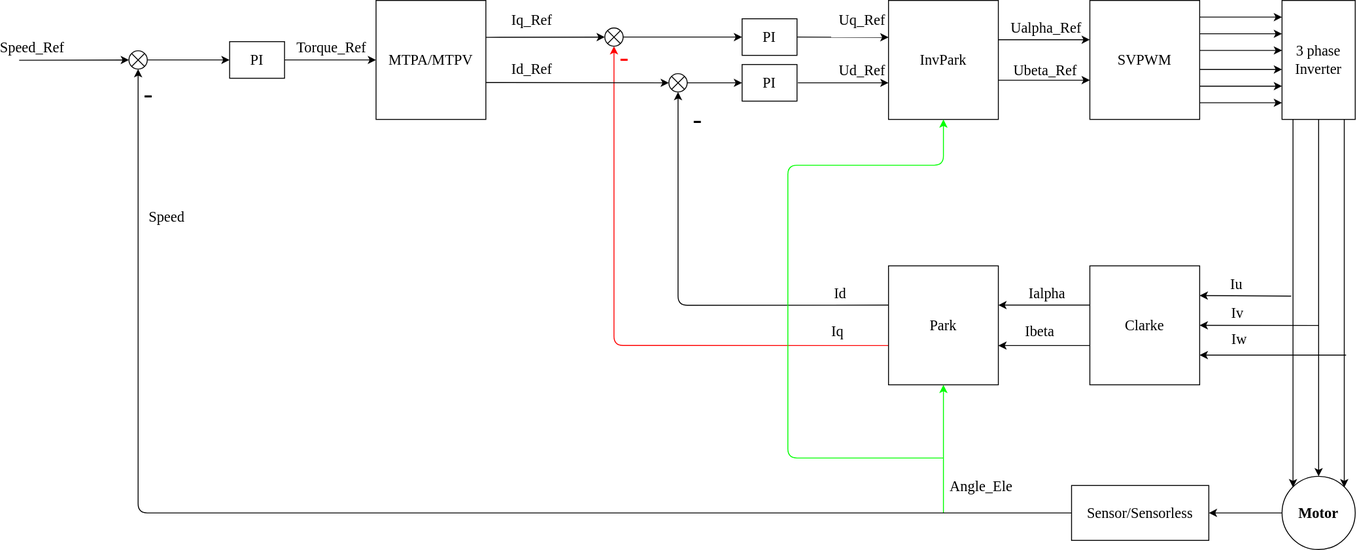
This is FOC.svg from CatLHY/BasicPMSMCtrl, a draw.io export, as it was before one commit. Source tidied: cells renumbered, new cells last; positions are measured from the earlier drawing's top-left corner, leaving out a move shared by most shapes.
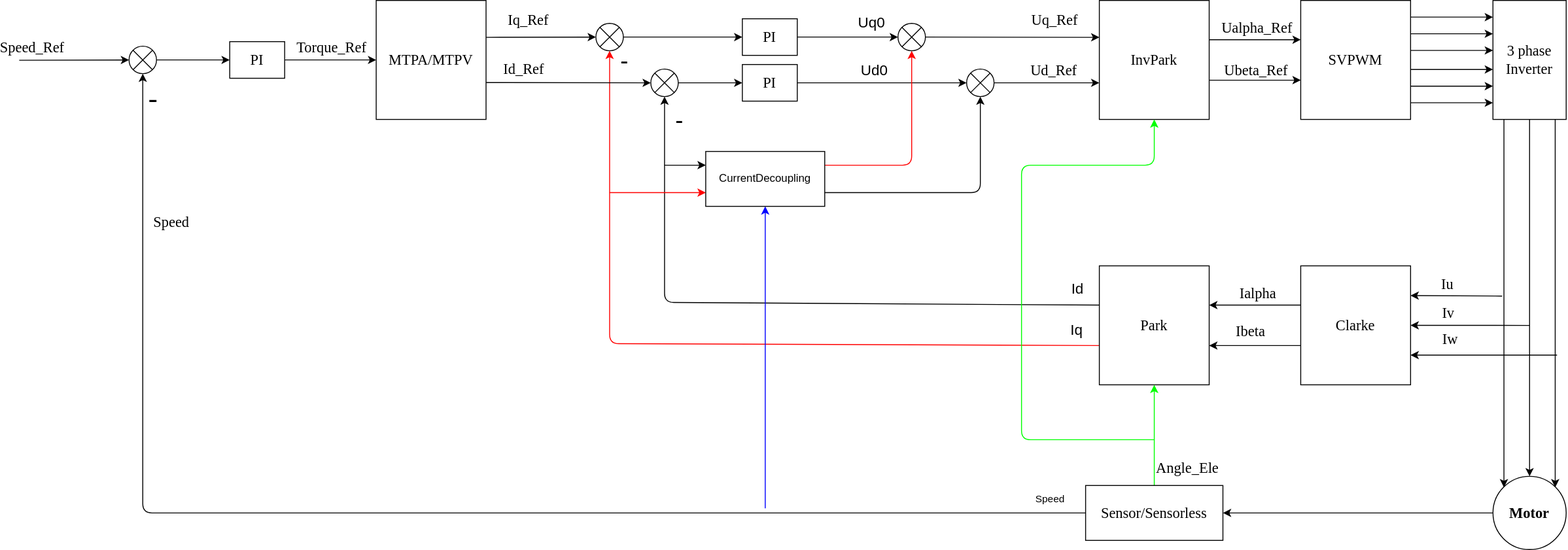
Above is the later version.

Commit message:
doc: fix the FOC diagram

Diff of the diagram source:
```diff
@@ -90,41 +90,42 @@
         <mxPoint x="20" y="-19" as="offset" />
       </mxGeometry>
     </mxCell>
-    <mxCell id="26" style="edgeStyle=none;html=1;exitX=0;exitY=0.33;exitDx=0;exitDy=0;exitPerimeter=0;entryX=0.5;entryY=1;entryDx=0;entryDy=0;entryPerimeter=0;fontFamily=Times New Roman;fontSize=16;" parent="1" edge="1" source="32" target="41">
-      <mxGeometry relative="1" as="geometry">
-        <Array as="points">
-          <mxPoint x="720" y="333" />
-        </Array>
-      </mxGeometry>
-    </mxCell>
-    <mxCell id="27" value="-" style="edgeLabel;html=1;align=center;verticalAlign=middle;fontSize=30;fontFamily=Times New Roman;" parent="26" vertex="1">
-      <mxGeometry x="0.82" y="-3" relative="1" as="geometry">
-        <mxPoint x="17" y="-14" as="offset" />
-      </mxGeometry>
-    </mxCell>
+    <mxCell id="29" style="edgeStyle=none;html=1;exitX=0;exitY=0.67;exitDx=0;exitDy=0;exitPerimeter=0;entryX=0.5;entryY=1;entryDx=0;entryDy=0;entryPerimeter=0;strokeColor=#FF0000;" parent="1" edge="1" source="32" target="39">
+      <mxGeometry relative="1" as="geometry">
+        <Array as="points">
+          <mxPoint x="415" y="375" />
+          <mxPoint x="415" y="210" />
+          <mxPoint x="415" y="60" />
+        </Array>
+      </mxGeometry>
+    </mxCell>
+    <mxCell id="67" value="&lt;font style=&quot;font-size: 26px;&quot;&gt;-&lt;/font&gt;" style="edgeLabel;html=1;align=center;verticalAlign=middle;" parent="29" vertex="1">
+      <mxGeometry x="0.95" y="-2" relative="1" as="geometry">
+        <mxPoint x="13" y="-12" as="offset" />
+      </mxGeometry>
+    </mxCell>
+    <mxCell id="31" value="Iq" style="edgeLabel;html=1;align=center;verticalAlign=middle;fontSize=16;" parent="29" vertex="1">
+      <mxGeometry x="-0.91" y="5" relative="1" as="geometry">
+        <mxPoint x="13" y="-22" as="offset" />
+      </mxGeometry>
+    </mxCell>
+    <mxCell id="68" style="edgeStyle=none;html=1;exitX=0;exitY=0.33;exitDx=0;exitDy=0;exitPerimeter=0;entryX=0.5;entryY=1;entryDx=0;entryDy=0;entryPerimeter=0;" parent="1" edge="1" source="32" target="82">
+      <mxGeometry relative="1" as="geometry">
+        <Array as="points">
+          <mxPoint x="475" y="330" />
+        </Array>
+      </mxGeometry>
+    </mxCell>
+    <mxCell id="69" value="-" style="edgeLabel;html=1;align=center;verticalAlign=middle;fontSize=26;" parent="68" vertex="1">
+      <mxGeometry x="0.93" y="1" relative="1" as="geometry">
+        <mxPoint x="16" y="-1" as="offset" />
+      </mxGeometry>
+    </mxCell>
-    <mxCell id="28" value="Id" style="edgeLabel;html=1;align=center;verticalAlign=middle;fontSize=16;fontFamily=Times New Roman;fontColor=#000000;" parent="26" vertex="1">
-      <mxGeometry x="-0.45" y="2" relative="1" as="geometry">
-        <mxPoint x="73" y="-15" as="offset" />
+    <mxCell id="28" value="Id" style="edgeLabel;html=1;align=center;verticalAlign=middle;fontSize=16;" parent="68" vertex="1">
+      <mxGeometry x="-0.89" y="-2" relative="1" as="geometry">
+        <mxPoint x="13" y="-16" as="offset" />
       </mxGeometry>
     </mxCell>
-    <mxCell id="29" style="edgeStyle=none;html=1;exitX=0;exitY=0.67;exitDx=0;exitDy=0;exitPerimeter=0;entryX=0.5;entryY=1;entryDx=0;entryDy=0;entryPerimeter=0;fontFamily=Times New Roman;fontSize=16;fillColor=#e51400;strokeColor=#FF0000;" parent="1" edge="1" source="32" target="39">
-      <mxGeometry relative="1" as="geometry">
-        <Array as="points">
-          <mxPoint x="650" y="377" />
-          <mxPoint x="650" y="90" />
-        </Array>
-      </mxGeometry>
-    </mxCell>
-    <mxCell id="30" value="-" style="edgeLabel;html=1;align=center;verticalAlign=middle;fontSize=30;fontFamily=Times New Roman;fontColor=#FF0000;" parent="29" vertex="1">
-      <mxGeometry x="0.92" y="-1" relative="1" as="geometry">
-        <mxPoint x="9" y="-15" as="offset" />
-      </mxGeometry>
-    </mxCell>
-    <mxCell id="31" value="Iq" style="edgeLabel;html=1;align=center;verticalAlign=middle;fontSize=16;fontFamily=Times New Roman;fontColor=#000000;" parent="29" vertex="1">
-      <mxGeometry x="-0.6" y="-1" relative="1" as="geometry">
-        <mxPoint x="68" y="-16" as="offset" />
-      </mxGeometry>
-    </mxCell>
     <mxCell id="32" value="Park" style="rounded=0;whiteSpace=wrap;html=1;fontFamily=Times New Roman;fontSize=16;points=[[0,0.33,0,0,0],[0,0.67,0,0,0],[0.5,1,0,0,0],[1,0.33,0,0,0],[1,0.67,0,0,0]];" parent="1" vertex="1">
       <mxGeometry x="950" y="290" width="120" height="130" as="geometry" />
     </mxCell>
@@ -151,41 +152,63 @@
       <mxGeometry relative="1" as="geometry" />
     </mxCell>
     <mxCell id="39" style="verticalLabelPosition=bottom;verticalAlign=top;html=1;shape=mxgraph.flowchart.or;fontFamily=Times New Roman;fontSize=16;points=[[0,0.5,0,0,0],[0.5,0,0,0,0],[0.5,1,0,0,0],[1,0.5,0,0,0]];" parent="1" vertex="1">
-      <mxGeometry x="640" y="30" width="20" height="20" as="geometry" />
+      <mxGeometry x="400" y="25" width="30" height="30" as="geometry" />
     </mxCell>
-    <mxCell id="40" style="edgeStyle=none;html=1;exitX=1;exitY=0.5;exitDx=0;exitDy=0;exitPerimeter=0;entryX=0;entryY=0.5;entryDx=0;entryDy=0;entryPerimeter=0;fontFamily=Times New Roman;fontSize=16;" parent="1" edge="1" source="41" target="47">
-      <mxGeometry relative="1" as="geometry" />
+    <mxCell id="40" style="edgeStyle=none;html=1;exitX=1;exitY=0.5;exitDx=0;exitDy=0;exitPerimeter=0;entryX=0;entryY=0.5;entryDx=0;entryDy=0;entryPerimeter=0;fontFamily=Times New Roman;fontSize=16;" parent="1" edge="1" target="47">
+      <mxGeometry relative="1" as="geometry">
+        <mxPoint x="480" y="90" as="sourcePoint" />
+      </mxGeometry>
     </mxCell>
-    <mxCell id="41" style="verticalLabelPosition=bottom;verticalAlign=top;html=1;shape=mxgraph.flowchart.or;fontFamily=Times New Roman;fontSize=16;points=[[0,0.5,0,0,0],[0.5,0,0,0,0],[0.5,1,0,0,0],[1,0.5,0,0,0]];" parent="1" vertex="1">
-      <mxGeometry x="710" y="80" width="20" height="20" as="geometry" />
-    </mxCell>
-    <mxCell id="42" style="edgeStyle=none;html=1;exitX=1;exitY=0.5;exitDx=0;exitDy=0;exitPerimeter=0;entryX=0;entryY=0.31;entryDx=0;entryDy=0;entryPerimeter=0;fontFamily=Times New Roman;fontSize=16;" parent="1" edge="1" source="44" target="37">
+    <mxCell id="42" style="edgeStyle=none;html=1;entryX=0;entryY=0.31;entryDx=0;entryDy=0;entryPerimeter=0;fontFamily=Times New Roman;fontSize=16;exitX=1;exitY=0.5;exitDx=0;exitDy=0;exitPerimeter=0;" parent="1" edge="1" source="84" target="37">
       <mxGeometry relative="1" as="geometry" />
     </mxCell>
     <mxCell id="43" value="Uq_Ref" style="edgeLabel;html=1;align=center;verticalAlign=middle;fontSize=16;fontFamily=Times New Roman;fontColor=#000000;" parent="42" vertex="1">
       <mxGeometry x="-0.17" y="-1" relative="1" as="geometry">
-        <mxPoint x="29" y="-21" as="offset" />
+        <mxPoint x="62" y="-21" as="offset" />
       </mxGeometry>
     </mxCell>
+    <mxCell id="70" style="edgeStyle=none;html=1;exitX=1;exitY=0.5;exitDx=0;exitDy=0;exitPerimeter=0;entryX=0;entryY=0.5;entryDx=0;entryDy=0;entryPerimeter=0;strokeColor=#000000;" parent="1" edge="1" source="44" target="84">
+      <mxGeometry relative="1" as="geometry" />
+    </mxCell>
+    <mxCell id="71" value="&lt;font style=&quot;font-size: 16px;&quot;&gt;Uq0&lt;br&gt;&lt;/font&gt;" style="edgeLabel;html=1;align=center;verticalAlign=middle;fontSize=26;" parent="70" vertex="1">
+      <mxGeometry x="0.68" y="2" relative="1" as="geometry">
+        <mxPoint x="-12" y="-18" as="offset" />
+      </mxGeometry>
+    </mxCell>
     <mxCell id="44" value="PI" style="rounded=0;whiteSpace=wrap;html=1;fontFamily=Times New Roman;fontSize=16;points=[[0,0.5,0,0,0],[1,0.5,0,0,0]];" parent="1" vertex="1">
-      <mxGeometry x="790" y="20" width="60" height="40" as="geometry" />
+      <mxGeometry x="560" y="20" width="60" height="40" as="geometry" />
     </mxCell>
     <mxCell id="45" style="edgeStyle=none;html=1;exitX=1;exitY=0.5;exitDx=0;exitDy=0;exitPerimeter=0;fontFamily=Times New Roman;fontSize=16;" parent="1" edge="1">
       <mxGeometry relative="1" as="geometry">
-        <mxPoint x="851" y="90" as="sourcePoint" />
+        <mxPoint x="825" y="90" as="sourcePoint" />
         <mxPoint x="950" y="90" as="targetPoint" />
       </mxGeometry>
     </mxCell>
     <mxCell id="46" value="Ud_Ref" style="edgeLabel;html=1;align=center;verticalAlign=middle;fontSize=16;fontFamily=Times New Roman;fontColor=#000000;" parent="45" vertex="1">
       <mxGeometry x="0.28" y="2" relative="1" as="geometry">
-        <mxPoint x="6" y="-13" as="offset" />
+        <mxPoint x="-6" y="-13" as="offset" />
       </mxGeometry>
     </mxCell>
+    <mxCell id="72" style="edgeStyle=none;html=1;exitX=1;exitY=0.5;exitDx=0;exitDy=0;exitPerimeter=0;entryX=0;entryY=0.5;entryDx=0;entryDy=0;entryPerimeter=0;startArrow=none;" parent="1" edge="1" source="83">
+      <mxGeometry relative="1" as="geometry">
+        <mxPoint x="805" y="90" as="targetPoint" />
+      </mxGeometry>
+    </mxCell>
+    <mxCell id="73" style="edgeStyle=none;html=1;exitX=1;exitY=0.5;exitDx=0;exitDy=0;exitPerimeter=0;entryX=0;entryY=0.5;entryDx=0;entryDy=0;entryPerimeter=0;strokeColor=#000000;" parent="1" edge="1" source="47" target="83">
+      <mxGeometry relative="1" as="geometry" />
+    </mxCell>
+    <mxCell id="74" value="Ud0" style="edgeLabel;html=1;align=center;verticalAlign=middle;fontSize=16;" parent="73" vertex="1">
+      <mxGeometry x="-0.1" y="1" relative="1" as="geometry">
+        <mxPoint y="-14" as="offset" />
+      </mxGeometry>
+    </mxCell>
     <mxCell id="47" value="PI" style="rounded=0;whiteSpace=wrap;html=1;fontFamily=Times New Roman;fontSize=16;points=[[0,0.5,0,0,0],[1,0.5,0,0,0]];" parent="1" vertex="1">
-      <mxGeometry x="790" y="70" width="60" height="40" as="geometry" />
+      <mxGeometry x="560" y="70" width="60" height="40" as="geometry" />
     </mxCell>
-    <mxCell id="48" style="edgeStyle=none;html=1;exitX=1;exitY=0.69;exitDx=0;exitDy=0;exitPerimeter=0;entryX=0;entryY=0.5;entryDx=0;entryDy=0;entryPerimeter=0;fontFamily=Times New Roman;fontSize=16;" parent="1" edge="1" source="52" target="41">
-      <mxGeometry relative="1" as="geometry" />
+    <mxCell id="48" style="edgeStyle=none;html=1;exitX=1;exitY=0.69;exitDx=0;exitDy=0;exitPerimeter=0;entryX=0;entryY=0.5;entryDx=0;entryDy=0;entryPerimeter=0;fontFamily=Times New Roman;fontSize=16;" parent="1" edge="1" source="52">
+      <mxGeometry relative="1" as="geometry">
+        <mxPoint x="460" y="90" as="targetPoint" />
+      </mxGeometry>
     </mxCell>
     <mxCell id="49" value="Id_Ref" style="edgeLabel;html=1;align=center;verticalAlign=middle;fontSize=16;fontFamily=Times New Roman;fontColor=#000000;" parent="48" vertex="1">
       <mxGeometry x="-0.15" y="-1" relative="1" as="geometry">
@@ -201,7 +224,7 @@
       </mxGeometry>
     </mxCell>
     <mxCell id="52" value="MTPA/MTPV" style="rounded=0;whiteSpace=wrap;html=1;fontFamily=Times New Roman;fontSize=16;points=[[0,0.5,0,0,0],[0.5,1,0,0,0],[1,0.31,0,0,0],[1,0.69,0,0,0]];" parent="1" vertex="1">
-      <mxGeometry x="390" width="120" height="130" as="geometry" />
+      <mxGeometry x="160" width="120" height="130" as="geometry" />
     </mxCell>
     <mxCell id="53" style="edgeStyle=none;html=1;exitX=1;exitY=0.5;exitDx=0;exitDy=0;exitPerimeter=0;entryX=0;entryY=0.5;entryDx=0;entryDy=0;entryPerimeter=0;fontFamily=Times New Roman;fontSize=16;" parent="1" edge="1" source="55" target="52">
       <mxGeometry relative="1" as="geometry" />
@@ -212,11 +235,12 @@
       </mxGeometry>
     </mxCell>
     <mxCell id="55" value="PI" style="rounded=0;whiteSpace=wrap;html=1;fontFamily=Times New Roman;fontSize=16;points=[[0,0.5,0,0,0],[1,0.5,0,0,0]];" parent="1" vertex="1">
-      <mxGeometry x="230" y="45" width="60" height="40" as="geometry" />
+      <mxGeometry y="45" width="60" height="40" as="geometry" />
     </mxCell>
-    <mxCell id="56" style="edgeStyle=none;html=1;exitX=0;exitY=0.5;exitDx=0;exitDy=0;exitPerimeter=0;fontFamily=Times New Roman;fontSize=16;entryX=0;entryY=0.5;entryDx=0;entryDy=0;entryPerimeter=0;" parent="1" edge="1" target="59">
+    <mxCell id="56" style="edgeStyle=none;html=1;exitX=0;exitY=0.5;exitDx=0;exitDy=0;exitPerimeter=0;fontFamily=Times New Roman;fontSize=16;entryX=0;entryY=0.5;entryDx=0;entryDy=0;entryPerimeter=0;" parent="1" edge="1">
       <mxGeometry relative="1" as="geometry">
-        <mxPoint y="65.3" as="sourcePoint" />
+        <mxPoint x="-230" y="65.3" as="sourcePoint" />
+        <mxPoint x="-110" y="65" as="targetPoint" />
       </mxGeometry>
     </mxCell>
     <mxCell id="57" value="Speed_Ref" style="edgeLabel;html=1;align=center;verticalAlign=middle;fontSize=16;fontFamily=Times New Roman;" parent="56" vertex="1">
@@ -224,36 +248,32 @@
         <mxPoint x="-33" y="-15" as="offset" />
       </mxGeometry>
     </mxCell>
-    <mxCell id="58" style="edgeStyle=none;html=1;exitX=1;exitY=0.5;exitDx=0;exitDy=0;exitPerimeter=0;entryX=0;entryY=0.5;entryDx=0;entryDy=0;entryPerimeter=0;fontFamily=Times New Roman;fontSize=16;" parent="1" edge="1" source="59" target="55">
+    <mxCell id="58" style="edgeStyle=none;html=1;exitX=1;exitY=0.5;exitDx=0;exitDy=0;exitPerimeter=0;entryX=0;entryY=0.5;entryDx=0;entryDy=0;entryPerimeter=0;fontFamily=Times New Roman;fontSize=16;" parent="1" edge="1" source="85" target="55">
       <mxGeometry relative="1" as="geometry" />
     </mxCell>
-    <mxCell id="59" style="verticalLabelPosition=bottom;verticalAlign=top;html=1;shape=mxgraph.flowchart.or;fontFamily=Times New Roman;fontSize=16;points=[[0,0.5,0,0,0],[0.5,0,0,0,0],[0.5,1,0,0,0],[1,0.5,0,0,0]];" parent="1" vertex="1">
-      <mxGeometry x="120" y="55" width="20" height="20" as="geometry" />
-    </mxCell>
-    <mxCell id="60" style="endArrow=classic;html=1;strokeColor=#00FF00;fontFamily=Times New Roman;fontSize=16;fontColor=#000000;entryX=0.5;entryY=1;entryDx=0;entryDy=0;entryPerimeter=0;" parent="1" edge="1" target="32">
-      <mxGeometry relative="1" as="geometry">
-        <mxPoint x="1010" y="560" as="sourcePoint" />
-      </mxGeometry>
+    <mxCell id="60" style="endArrow=classic;html=1;strokeColor=#00FF00;fontFamily=Times New Roman;fontSize=16;fontColor=#000000;entryX=0.5;entryY=1;entryDx=0;entryDy=0;entryPerimeter=0;" parent="1" edge="1" source="66" target="32">
+      <mxGeometry relative="1" as="geometry" />
     </mxCell>
     <mxCell id="61" value="Angle_Ele" style="edgeLabel;html=1;align=center;verticalAlign=middle;fontSize=16;fontFamily=Times New Roman;fontColor=#000000;" parent="60" vertex="1">
       <mxGeometry x="-0.53" y="-4" relative="1" as="geometry">
-        <mxPoint x="36" y="3" as="offset" />
+        <mxPoint x="31" y="6" as="offset" />
       </mxGeometry>
     </mxCell>
     <mxCell id="62" style="endArrow=classic;html=1;strokeColor=#00FF00;fontFamily=Times New Roman;fontSize=16;fontColor=#000000;entryX=0.5;entryY=1;entryDx=0;entryDy=0;entryPerimeter=0;" parent="1" edge="1" target="37">
       <mxGeometry relative="1" as="geometry">
-        <mxPoint x="1010" y="500" as="sourcePoint" />
+        <mxPoint x="1010" y="480" as="sourcePoint" />
         <Array as="points">
-          <mxPoint x="840" y="500" />
-          <mxPoint x="840" y="180" />
+          <mxPoint x="865" y="480" />
+          <mxPoint x="865" y="180" />
+          <mxPoint x="895" y="180" />
           <mxPoint x="1010" y="180" />
         </Array>
       </mxGeometry>
     </mxCell>
-    <mxCell id="63" style="edgeStyle=none;html=1;exitX=0;exitY=0.5;exitDx=0;exitDy=0;strokeColor=#000000;fontFamily=Times New Roman;fontSize=16;fontColor=#000000;entryX=0.5;entryY=1;entryDx=0;entryDy=0;entryPerimeter=0;" parent="1" edge="1" source="66" target="59">
+    <mxCell id="63" style="edgeStyle=none;html=1;exitX=0;exitY=0.5;exitDx=0;exitDy=0;strokeColor=#000000;fontFamily=Times New Roman;fontSize=16;fontColor=#000000;entryX=0.5;entryY=1;entryDx=0;entryDy=0;entryPerimeter=0;" parent="1" edge="1" source="66" target="85">
       <mxGeometry relative="1" as="geometry">
         <Array as="points">
-          <mxPoint x="130" y="560" />
+          <mxPoint x="-95" y="560" />
         </Array>
       </mxGeometry>
     </mxCell>
@@ -267,8 +287,57 @@
         <mxPoint x="9" y="-5" as="offset" />
       </mxGeometry>
     </mxCell>
-    <mxCell id="66" value="Sensor/Sensorless" style="rounded=0;whiteSpace=wrap;html=1;fontFamily=Times New Roman;fontSize=16;fontColor=#000000;" parent="1" vertex="1">
-      <mxGeometry x="1150" y="530" width="150" height="60" as="geometry" />
+    <mxCell id="66" value="Sensor/Sensorless" style="rounded=0;whiteSpace=wrap;html=1;fontFamily=Times New Roman;fontSize=16;fontColor=#000000;points=[[0,0.5,0,0,0],[0.5,0,0,0,0],[1,0.5,0,0,0]];" parent="1" vertex="1">
+      <mxGeometry x="935" y="530" width="150" height="60" as="geometry" />
     </mxCell>
+    <mxCell id="75" style="edgeStyle=none;html=1;entryX=0;entryY=0.25;entryDx=0;entryDy=0;entryPerimeter=0;" parent="1" edge="1" target="81">
+      <mxGeometry relative="1" as="geometry">
+        <mxPoint x="475" y="180" as="sourcePoint" />
+      </mxGeometry>
+    </mxCell>
+    <mxCell id="76" style="edgeStyle=none;html=1;exitX=0;exitY=0.75;exitDx=0;exitDy=0;exitPerimeter=0;entryX=0;entryY=0.75;entryDx=0;entryDy=0;entryPerimeter=0;strokeColor=#FF0000;" parent="1" edge="1" target="81">
+      <mxGeometry relative="1" as="geometry">
+        <mxPoint x="415" y="210" as="sourcePoint" />
+      </mxGeometry>
+    </mxCell>
+    <mxCell id="77" style="edgeStyle=none;html=1;strokeColor=#0000FF;entryX=0.5;entryY=1;entryDx=0;entryDy=0;entryPerimeter=0;" parent="1" edge="1" target="81">
+      <mxGeometry relative="1" as="geometry">
+        <mxPoint x="585" y="555" as="sourcePoint" />
+      </mxGeometry>
+    </mxCell>
+    <mxCell id="78" value="Speed" style="edgeLabel;html=1;align=center;verticalAlign=middle;" parent="77" vertex="1">
+      <mxGeometry x="-0.94" y="-1" relative="1" as="geometry">
+        <mxPoint x="309" as="offset" />
+      </mxGeometry>
+    </mxCell>
+    <mxCell id="79" style="edgeStyle=none;html=1;exitX=1;exitY=0.25;exitDx=0;exitDy=0;exitPerimeter=0;entryX=0.5;entryY=1;entryDx=0;entryDy=0;entryPerimeter=0;strokeColor=#FF0000;" parent="1" edge="1" source="81" target="84">
+      <mxGeometry relative="1" as="geometry">
+        <Array as="points">
+          <mxPoint x="745" y="180" />
+        </Array>
+      </mxGeometry>
+    </mxCell>
+    <mxCell id="80" style="edgeStyle=none;html=1;exitX=1;exitY=0.75;exitDx=0;exitDy=0;exitPerimeter=0;entryX=0.5;entryY=1;entryDx=0;entryDy=0;entryPerimeter=0;strokeColor=#000000;" parent="1" edge="1" source="81" target="83">
+      <mxGeometry relative="1" as="geometry">
+        <Array as="points">
+          <mxPoint x="820" y="210" />
+        </Array>
+      </mxGeometry>
+    </mxCell>
+    <mxCell id="81" value="CurrentDecoupling" style="rounded=0;whiteSpace=wrap;html=1;points=[[0,0.25,0,0,0],[0,0.75,0,0,0],[0.5,1,0,0,0],[1,0.25,0,0,0],[1,0.75,0,0,0]];" parent="1" vertex="1">
+      <mxGeometry x="520" y="165" width="130" height="60" as="geometry" />
+    </mxCell>
+    <mxCell id="82" style="verticalLabelPosition=bottom;verticalAlign=top;html=1;shape=mxgraph.flowchart.or;fontFamily=Times New Roman;fontSize=16;points=[[0,0.5,0,0,0],[0.5,0,0,0,0],[0.5,1,0,0,0],[1,0.5,0,0,0]];" parent="1" vertex="1">
+      <mxGeometry x="460" y="75" width="30" height="30" as="geometry" />
+    </mxCell>
+    <mxCell id="83" style="verticalLabelPosition=bottom;verticalAlign=top;html=1;shape=mxgraph.flowchart.or;fontFamily=Times New Roman;fontSize=16;points=[[0,0.5,0,0,0],[0.5,0,0,0,0],[0.5,1,0,0,0],[1,0.5,0,0,0]];" parent="1" vertex="1">
+      <mxGeometry x="805" y="75" width="30" height="30" as="geometry" />
+    </mxCell>
+    <mxCell id="84" style="verticalLabelPosition=bottom;verticalAlign=top;html=1;shape=mxgraph.flowchart.or;fontFamily=Times New Roman;fontSize=16;points=[[0,0.5,0,0,0],[0.5,0,0,0,0],[0.5,1,0,0,0],[1,0.5,0,0,0]];" parent="1" vertex="1">
+      <mxGeometry x="730" y="25" width="30" height="30" as="geometry" />
+    </mxCell>
+    <mxCell id="85" style="verticalLabelPosition=bottom;verticalAlign=top;html=1;shape=mxgraph.flowchart.or;fontFamily=Times New Roman;fontSize=16;points=[[0,0.5,0,0,0],[0.5,0,0,0,0],[0.5,1,0,0,0],[1,0.5,0,0,0]];" parent="1" vertex="1">
+      <mxGeometry x="-110" y="50" width="30" height="30" as="geometry" />
+    </mxCell>
   </root>
 </mxGraphModel>
```
